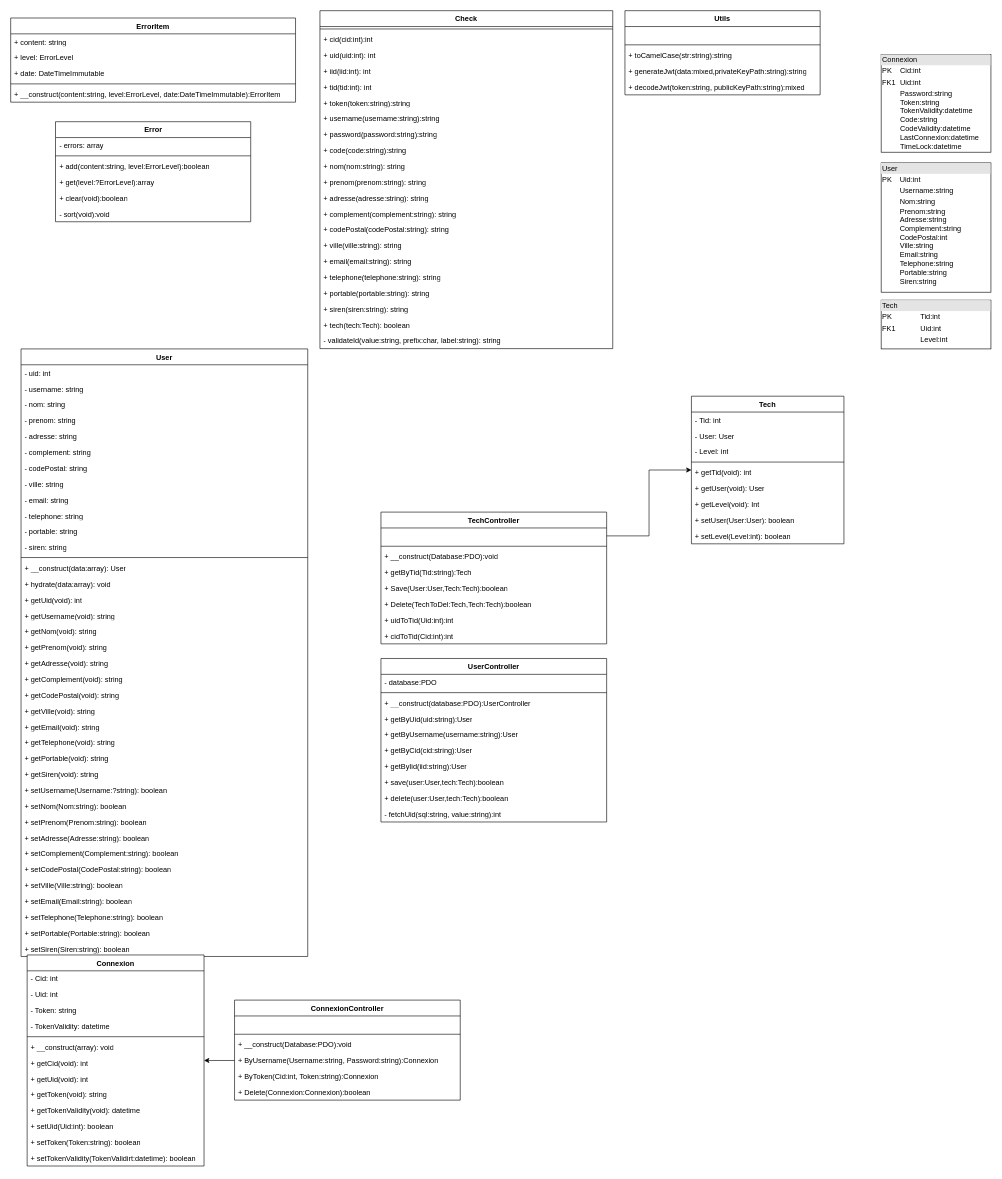
ROYJohan08/RJI-User.royjohan.fr keeps this draw.io diagram as Docs/Diagram/ClassDiagram.drawio. Above is the earlier version. Source tidied: cells renumbered, new cells numbered last; positions are measured from the earlier drawing's top-left corner, leaving out a move shared by most shapes. Both pictures are drawn from the tidied source at 61%, with x=0, y=0 at pixel (10, 10).
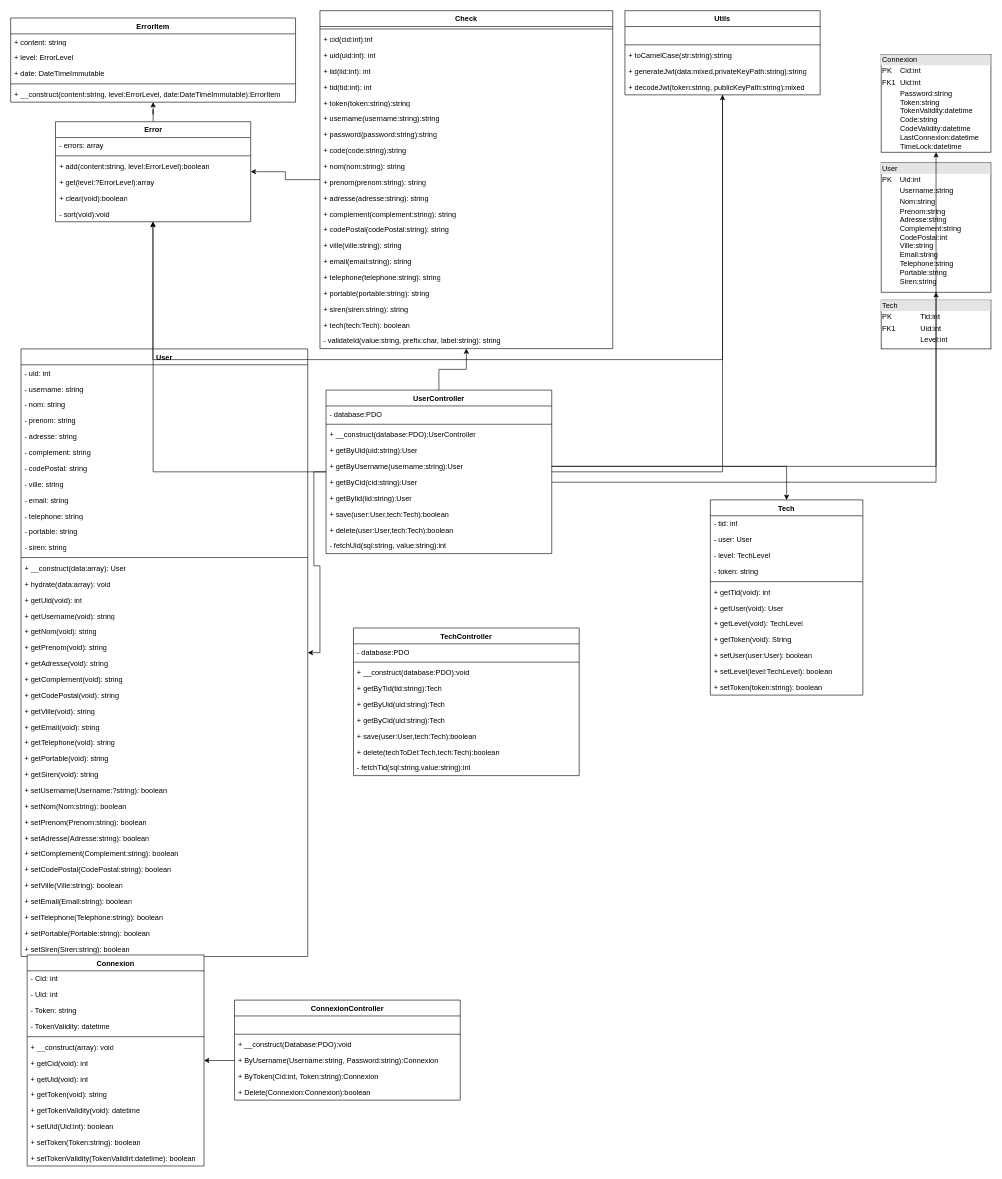
The same diagram, later.

Unchanged cells that the change refers to:
```xml
<mxCell id="2" value="&lt;div style=&quot;box-sizing: border-box; width: 100%; background: rgb(228, 228, 228); padding: 2px;&quot;&gt;Connexion&lt;/div&gt;&lt;table style=&quot;width:100%;font-size:1em;&quot; cellpadding=&quot;2&quot; cellspacing=&quot;0&quot;&gt;&lt;tbody&gt;&lt;tr&gt;&lt;td&gt;PK&lt;/td&gt;&lt;td&gt;Cid:int&lt;/td&gt;&lt;/tr&gt;&lt;tr&gt;&lt;td&gt;FK1&lt;/td&gt;&lt;td&gt;Uid:int&lt;/td&gt;&lt;/tr&gt;&lt;tr&gt;&lt;td&gt;&lt;/td&gt;&lt;td&gt;Password:string&lt;br&gt;Token:string&lt;br&gt;TokenValidity:datetime&lt;br&gt;Code:string&lt;br&gt;CodeValidity:datetime&lt;br&gt;LastConnexion:datetime&lt;br&gt;TimeLock:datetime&lt;/td&gt;&lt;/tr&gt;&lt;/tbody&gt;&lt;/table&gt;" style="verticalAlign=top;align=left;overflow=fill;html=1;whiteSpace=wrap;" parent="1" vertex="1">
  <mxGeometry x="1427" y="72" width="180" height="160" as="geometry" />
</mxCell>
<mxCell id="3" value="&lt;div style=&quot;box-sizing: border-box; width: 100%; background: rgb(228, 228, 228); padding: 2px;&quot;&gt;User&lt;/div&gt;&lt;table style=&quot;width:100%;font-size:1em;&quot; cellpadding=&quot;2&quot; cellspacing=&quot;0&quot;&gt;&lt;tbody&gt;&lt;tr&gt;&lt;td&gt;PK&lt;/td&gt;&lt;td&gt;Uid:int&lt;/td&gt;&lt;/tr&gt;&lt;tr&gt;&lt;td&gt;&lt;br&gt;&lt;/td&gt;&lt;td&gt;Username:string&lt;/td&gt;&lt;/tr&gt;&lt;tr&gt;&lt;td&gt;&lt;/td&gt;&lt;td&gt;Nom:string&lt;br&gt;Prenom:string&lt;br&gt;Adresse:string&lt;br&gt;Complement:string&lt;br&gt;CodePostal:int&lt;br&gt;Ville:string&lt;br&gt;Email:string&lt;br&gt;Telephone:string&lt;br&gt;Portable:string&lt;br&gt;Siren:string&lt;/td&gt;&lt;/tr&gt;&lt;/tbody&gt;&lt;/table&gt;" style="verticalAlign=top;align=left;overflow=fill;html=1;whiteSpace=wrap;" parent="1" vertex="1">
  <mxGeometry x="1427" y="249.5" width="180" height="212" as="geometry" />
</mxCell>
<mxCell id="5" value="&lt;div&gt;User&lt;/div&gt;" style="swimlane;fontStyle=1;align=center;verticalAlign=top;horizontal=1;startSize=26;whiteSpace=wrap;html=1;" parent="1" vertex="1">
  <mxGeometry x="17" y="554.5" width="470" height="996" as="geometry" />
</mxCell>
<mxCell id="44" value="Check" style="swimlane;fontStyle=1;align=center;verticalAlign=top;horizontal=1;startSize=26;whiteSpace=wrap;html=1;" parent="1" vertex="1">
  <mxGeometry x="507" width="480" height="554" as="geometry" />
</mxCell>
<mxCell id="66" value="Error" style="swimlane;fontStyle=1;align=center;verticalAlign=top;horizontal=1;startSize=26;whiteSpace=wrap;html=1;" parent="1" vertex="1">
  <mxGeometry x="73.5" y="182" width="320" height="164" as="geometry" />
</mxCell>
<mxCell id="78" value="+ getByUsername(username:string):User" style="text;strokeColor=none;fillColor=none;align=left;verticalAlign=top;spacingLeft=4;spacingRight=4;overflow=hidden;points=[[0,0.5],[1,0.5]];portConstraint=eastwest;whiteSpace=wrap;html=1;" parent="73" vertex="1">
  <mxGeometry y="112" width="370" height="26" as="geometry" />
</mxCell>
<mxCell id="79" value="+ getByCid(cid:string):User" style="text;strokeColor=none;fillColor=none;align=left;verticalAlign=top;spacingLeft=4;spacingRight=4;overflow=hidden;points=[[0,0.5],[1,0.5]];portConstraint=eastwest;whiteSpace=wrap;html=1;" parent="73" vertex="1">
  <mxGeometry y="138" width="370" height="26" as="geometry" />
</mxCell>
<mxCell id="103" value="ErrorItem" style="swimlane;fontStyle=1;align=center;verticalAlign=top;horizontal=1;startSize=26;whiteSpace=wrap;html=1;" parent="1" vertex="1">
  <mxGeometry y="12" width="467" height="138" as="geometry" />
</mxCell>
<mxCell id="132" value="Utils" style="swimlane;fontStyle=1;align=center;verticalAlign=top;horizontal=1;startSize=26;whiteSpace=wrap;html=1;" parent="1" vertex="1">
  <mxGeometry x="1007" width="320" height="138" as="geometry" />
</mxCell>
```

Change to the diagram source:
```diff
@@
+    <mxCell id="138" style="edgeStyle=orthogonalEdgeStyle;rounded=0;jettySize=auto;html=1;" parent="1" edge="1" source="44" target="66">
+      <mxGeometry relative="1" as="geometry" />
+    </mxCell>
@@
+    <mxCell id="139" style="edgeStyle=orthogonalEdgeStyle;rounded=0;jettySize=auto;html=1;" parent="1" edge="1" source="66" target="103">
+      <mxGeometry relative="1" as="geometry" />
+    </mxCell>
@@
+    <mxCell id="140" style="edgeStyle=orthogonalEdgeStyle;rounded=0;jettySize=auto;html=1;" parent="1" edge="1" source="73" target="5">
+      <mxGeometry relative="1" as="geometry" />
+    </mxCell>
+    <mxCell id="141" style="edgeStyle=orthogonalEdgeStyle;rounded=0;jettySize=auto;html=1;" parent="1" edge="1" source="73" target="66">
+      <mxGeometry relative="1" as="geometry" />
+    </mxCell>
+    <mxCell id="142" style="edgeStyle=orthogonalEdgeStyle;rounded=0;jettySize=auto;html=1;" parent="1" edge="1" source="73" target="44">
+      <mxGeometry relative="1" as="geometry" />
+    </mxCell>
+    <mxCell id="143" style="edgeStyle=orthogonalEdgeStyle;rounded=0;jettySize=auto;html=1;" parent="1" edge="1" source="73" target="132">
+      <mxGeometry relative="1" as="geometry" />
+    </mxCell>
     <mxCell id="73" value="UserController" style="swimlane;fontStyle=1;align=center;verticalAlign=top;horizontal=1;startSize=26;whiteSpace=wrap;html=1;" parent="1" vertex="1">
-      <mxGeometry x="607" y="1062" width="370" height="268" as="geometry" />
+      <mxGeometry x="517" y="622" width="370" height="268" as="geometry" />
     </mxCell>
@@
     <mxCell id="84" value="Tech" style="swimlane;fontStyle=1;align=center;verticalAlign=top;horizontal=1;startSize=26;whiteSpace=wrap;html=1;" parent="1" vertex="1">
-      <mxGeometry x="1116" y="632" width="250" height="242" as="geometry" />
+      <mxGeometry x="1147" y="802" width="250" height="320" as="geometry" />
     </mxCell>
-    <mxCell id="85" value="- Tid: int" style="text;strokeColor=none;fillColor=none;align=left;verticalAlign=top;spacingLeft=4;spacingRight=4;overflow=hidden;whiteSpace=wrap;html=1;" parent="84" vertex="1">
+    <mxCell id="85" value="- tid: int" style="text;strokeColor=none;fillColor=none;align=left;verticalAlign=top;spacingLeft=4;spacingRight=4;overflow=hidden;whiteSpace=wrap;html=1;" parent="84" vertex="1">
       <mxGeometry y="26" width="250" height="26" as="geometry" />
     </mxCell>
-    <mxCell id="86" value="- User: User" style="text;strokeColor=none;fillColor=none;align=left;verticalAlign=top;spacingLeft=4;spacingRight=4;overflow=hidden;whiteSpace=wrap;html=1;" parent="84" vertex="1">
+    <mxCell id="86" value="- user: User" style="text;strokeColor=none;fillColor=none;align=left;verticalAlign=top;spacingLeft=4;spacingRight=4;overflow=hidden;whiteSpace=wrap;html=1;" parent="84" vertex="1">
       <mxGeometry y="52" width="250" height="26" as="geometry" />
     </mxCell>
-    <mxCell id="87" value="&lt;div&gt;- Level: int&lt;/div&gt;" style="text;strokeColor=none;fillColor=none;align=left;verticalAlign=top;spacingLeft=4;spacingRight=4;overflow=hidden;whiteSpace=wrap;html=1;" parent="84" vertex="1">
+    <mxCell id="87" value="&lt;div&gt;- level: TechLevel&lt;/div&gt;" style="text;strokeColor=none;fillColor=none;align=left;verticalAlign=top;spacingLeft=4;spacingRight=4;overflow=hidden;whiteSpace=wrap;html=1;" parent="84" vertex="1">
       <mxGeometry y="78" width="250" height="26" as="geometry" />
     </mxCell>
+    <mxCell id="144" value="&lt;div&gt;- token: string&lt;/div&gt;" style="text;strokeColor=none;fillColor=none;align=left;verticalAlign=top;spacingLeft=4;spacingRight=4;overflow=hidden;whiteSpace=wrap;html=1;" parent="84" vertex="1">
+      <mxGeometry y="104" width="250" height="26" as="geometry" />
+    </mxCell>
     <mxCell id="88" style="line;strokeWidth=1;fillColor=none;align=left;verticalAlign=middle;spacingTop=-1;spacingLeft=3;spacingRight=3;labelPosition=right;strokeColor=inherit;" parent="84" vertex="1">
-      <mxGeometry y="104" width="250" height="8" as="geometry" />
+      <mxGeometry y="130" width="250" height="8" as="geometry" />
     </mxCell>
     <mxCell id="89" value="+ getTid(void): int" style="text;strokeColor=none;fillColor=none;align=left;verticalAlign=top;spacingLeft=4;spacingRight=4;overflow=hidden;whiteSpace=wrap;html=1;" parent="84" vertex="1">
-      <mxGeometry y="112" width="250" height="26" as="geometry" />
+      <mxGeometry y="138" width="250" height="26" as="geometry" />
     </mxCell>
     <mxCell id="90" value="+ getUser(void): User" style="text;strokeColor=none;fillColor=none;align=left;verticalAlign=top;spacingLeft=4;spacingRight=4;overflow=hidden;whiteSpace=wrap;html=1;" parent="84" vertex="1">
-      <mxGeometry y="138" width="250" height="26" as="geometry" />
+      <mxGeometry y="164" width="250" height="26" as="geometry" />
     </mxCell>
-    <mxCell id="91" value="+ getLevel(void): Int" style="text;strokeColor=none;fillColor=none;align=left;verticalAlign=top;spacingLeft=4;spacingRight=4;overflow=hidden;whiteSpace=wrap;html=1;" parent="84" vertex="1">
-      <mxGeometry y="164" width="250" height="26" as="geometry" />
+    <mxCell id="91" value="+ getLevel(void): TechLevel" style="text;strokeColor=none;fillColor=none;align=left;verticalAlign=top;spacingLeft=4;spacingRight=4;overflow=hidden;whiteSpace=wrap;html=1;" parent="84" vertex="1">
+      <mxGeometry y="190" width="250" height="26" as="geometry" />
     </mxCell>
+    <mxCell id="145" value="+ getToken(void): String" style="text;strokeColor=none;fillColor=none;align=left;verticalAlign=top;spacingLeft=4;spacingRight=4;overflow=hidden;whiteSpace=wrap;html=1;" parent="84" vertex="1">
+      <mxGeometry y="216" width="250" height="26" as="geometry" />
+    </mxCell>
-    <mxCell id="92" value="&lt;div&gt;+ setUser(User:User): boolean&lt;/div&gt;" style="text;strokeColor=none;fillColor=none;align=left;verticalAlign=top;spacingLeft=4;spacingRight=4;overflow=hidden;whiteSpace=wrap;html=1;" parent="84" vertex="1">
-      <mxGeometry y="190" width="250" height="26" as="geometry" />
+    <mxCell id="92" value="&lt;div&gt;+ setUser(user:User): boolean&lt;/div&gt;" style="text;strokeColor=none;fillColor=none;align=left;verticalAlign=top;spacingLeft=4;spacingRight=4;overflow=hidden;whiteSpace=wrap;html=1;" parent="84" vertex="1">
+      <mxGeometry y="242" width="250" height="26" as="geometry" />
     </mxCell>
-    <mxCell id="93" value="&lt;div&gt;+ setLevel(Level:int): boolean&lt;/div&gt;" style="text;strokeColor=none;fillColor=none;align=left;verticalAlign=top;spacingLeft=4;spacingRight=4;overflow=hidden;whiteSpace=wrap;html=1;" parent="84" vertex="1">
-      <mxGeometry y="216" width="250" height="26" as="geometry" />
+    <mxCell id="93" value="&lt;div&gt;+ setLevel(level:TechLevel): boolean&lt;/div&gt;" style="text;strokeColor=none;fillColor=none;align=left;verticalAlign=top;spacingLeft=4;spacingRight=4;overflow=hidden;whiteSpace=wrap;html=1;" parent="84" vertex="1">
+      <mxGeometry y="268" width="250" height="26" as="geometry" />
     </mxCell>
+    <mxCell id="146" value="&lt;div&gt;+ setToken(token:string): boolean&lt;/div&gt;" style="text;strokeColor=none;fillColor=none;align=left;verticalAlign=top;spacingLeft=4;spacingRight=4;overflow=hidden;whiteSpace=wrap;html=1;" parent="84" vertex="1">
+      <mxGeometry y="294" width="250" height="26" as="geometry" />
+    </mxCell>
     <mxCell id="94" value="TechController" style="swimlane;fontStyle=1;align=center;verticalAlign=top;horizontal=1;startSize=26;whiteSpace=wrap;html=1;" parent="1" vertex="1">
-      <mxGeometry x="607" y="822" width="370" height="216" as="geometry" />
+      <mxGeometry x="562" y="1012" width="370" height="242" as="geometry" />
     </mxCell>
-    <mxCell id="95" value="&lt;div&gt;&lt;br&gt;&lt;/div&gt;&lt;div&gt;&lt;br&gt;&lt;/div&gt;" style="text;strokeColor=none;fillColor=none;align=left;verticalAlign=top;spacingLeft=4;spacingRight=4;overflow=hidden;points=[[0,0.5],[1,0.5]];portConstraint=eastwest;whiteSpace=wrap;html=1;" parent="94" vertex="1">
+    <mxCell id="95" value="- database:PDO" style="text;strokeColor=none;fillColor=none;align=left;verticalAlign=top;spacingLeft=4;spacingRight=4;overflow=hidden;points=[[0,0.5],[1,0.5]];portConstraint=eastwest;whiteSpace=wrap;html=1;" parent="94" vertex="1">
       <mxGeometry y="26" width="370" height="26" as="geometry" />
     </mxCell>
@@
-    <mxCell id="97" value="+ __construct(Database:PDO):void" style="text;strokeColor=none;fillColor=none;align=left;verticalAlign=top;spacingLeft=4;spacingRight=4;overflow=hidden;whiteSpace=wrap;html=1;" parent="94" vertex="1">
+    <mxCell id="97" value="+ __construct(database:PDO):void" style="text;strokeColor=none;fillColor=none;align=left;verticalAlign=top;spacingLeft=4;spacingRight=4;overflow=hidden;whiteSpace=wrap;html=1;" parent="94" vertex="1">
       <mxGeometry y="60" width="370" height="26" as="geometry" />
     </mxCell>
-    <mxCell id="98" value="+ getByTid(Tid:string):Tech" style="text;strokeColor=none;fillColor=none;align=left;verticalAlign=top;spacingLeft=4;spacingRight=4;overflow=hidden;whiteSpace=wrap;html=1;" parent="94" vertex="1">
+    <mxCell id="98" value="+ getByTid(tid:string):Tech" style="text;strokeColor=none;fillColor=none;align=left;verticalAlign=top;spacingLeft=4;spacingRight=4;overflow=hidden;whiteSpace=wrap;html=1;" parent="94" vertex="1">
       <mxGeometry y="86" width="370" height="26" as="geometry" />
     </mxCell>
+    <mxCell id="147" value="+ getByUid(uid:string):Tech" style="text;strokeColor=none;fillColor=none;align=left;verticalAlign=top;spacingLeft=4;spacingRight=4;overflow=hidden;whiteSpace=wrap;html=1;" parent="94" vertex="1">
+      <mxGeometry y="112" width="370" height="26" as="geometry" />
+    </mxCell>
+    <mxCell id="148" value="+ getByCid(uid:string):Tech" style="text;strokeColor=none;fillColor=none;align=left;verticalAlign=top;spacingLeft=4;spacingRight=4;overflow=hidden;whiteSpace=wrap;html=1;" parent="94" vertex="1">
+      <mxGeometry y="138" width="370" height="26" as="geometry" />
+    </mxCell>
-    <mxCell id="99" value="+ Save(User:User,Tech:Tech):boolean" style="text;strokeColor=none;fillColor=none;align=left;verticalAlign=top;spacingLeft=4;spacingRight=4;overflow=hidden;whiteSpace=wrap;html=1;" parent="94" vertex="1">
-      <mxGeometry y="112" width="370" height="26" as="geometry" />
+    <mxCell id="99" value="+ save(user:User,tech:Tech):boolean" style="text;strokeColor=none;fillColor=none;align=left;verticalAlign=top;spacingLeft=4;spacingRight=4;overflow=hidden;whiteSpace=wrap;html=1;" parent="94" vertex="1">
+      <mxGeometry y="164" width="370" height="26" as="geometry" />
     </mxCell>
-    <mxCell id="100" value="+ Delete(TechToDel:Tech,Tech:Tech):boolean" style="text;strokeColor=none;fillColor=none;align=left;verticalAlign=top;spacingLeft=4;spacingRight=4;overflow=hidden;whiteSpace=wrap;html=1;" parent="94" vertex="1">
-      <mxGeometry y="138" width="370" height="26" as="geometry" />
+    <mxCell id="100" value="+ delete(techToDel:Tech,tech:Tech):boolean" style="text;strokeColor=none;fillColor=none;align=left;verticalAlign=top;spacingLeft=4;spacingRight=4;overflow=hidden;whiteSpace=wrap;html=1;" parent="94" vertex="1">
+      <mxGeometry y="190" width="370" height="26" as="geometry" />
     </mxCell>
-    <mxCell id="101" value="+ uidToTid(Uid:int):int" style="text;strokeColor=none;fillColor=none;align=left;verticalAlign=top;spacingLeft=4;spacingRight=4;overflow=hidden;whiteSpace=wrap;html=1;" parent="94" vertex="1">
-      <mxGeometry y="164" width="370" height="26" as="geometry" />
-    </mxCell>
-    <mxCell id="102" value="+ cidToTid(Cid:int):int" style="text;strokeColor=none;fillColor=none;align=left;verticalAlign=top;spacingLeft=4;spacingRight=4;overflow=hidden;whiteSpace=wrap;html=1;" parent="94" vertex="1">
-      <mxGeometry y="190" width="370" height="26" as="geometry" />
-    </mxCell>
+    <mxCell id="149" value="- fetchTid(sql:string,value:string):int" style="text;strokeColor=none;fillColor=none;align=left;verticalAlign=top;spacingLeft=4;spacingRight=4;overflow=hidden;whiteSpace=wrap;html=1;" parent="94" vertex="1">
+      <mxGeometry y="216" width="370" height="26" as="geometry" />
+    </mxCell>
@@
-    <mxCell id="109" style="edgeStyle=orthogonalEdgeStyle;rounded=0;jettySize=auto;html=1;" parent="1" edge="1" source="95" target="84">
-      <mxGeometry relative="1" as="geometry" />
-    </mxCell>
@@
+    <mxCell id="150" style="edgeStyle=orthogonalEdgeStyle;rounded=0;jettySize=auto;html=1;" parent="1" edge="1" source="132" target="66">
+      <mxGeometry relative="1" as="geometry">
+        <Array as="points">
+          <mxPoint x="1167" y="572" />
+          <mxPoint x="233" y="572" />
+        </Array>
+      </mxGeometry>
+    </mxCell>
@@
+    <mxCell id="151" style="edgeStyle=orthogonalEdgeStyle;rounded=0;jettySize=auto;html=1;" parent="1" edge="1" source="78" target="84">
+      <mxGeometry relative="1" as="geometry" />
+    </mxCell>
+    <mxCell id="152" style="edgeStyle=orthogonalEdgeStyle;rounded=0;jettySize=auto;html=1;" parent="1" edge="1" source="79" target="2">
+      <mxGeometry relative="1" as="geometry" />
+    </mxCell>
+    <mxCell id="153" style="edgeStyle=orthogonalEdgeStyle;rounded=0;jettySize=auto;html=1;" parent="1" edge="1" source="78" target="3">
+      <mxGeometry relative="1" as="geometry" />
+    </mxCell>
```
